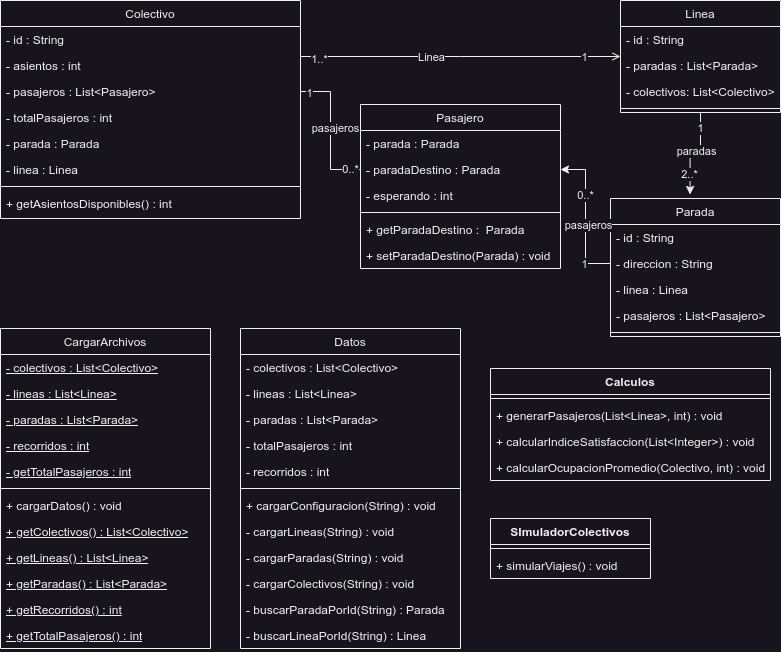
Before: Diagrama.png, a diagram exported from draw.io (macasteglione/trabajoIntegrador). Source tidied: cells renumbered, new cells last; positions are measured from the earlier drawing's top-left corner, leaving out a move shared by most shapes.
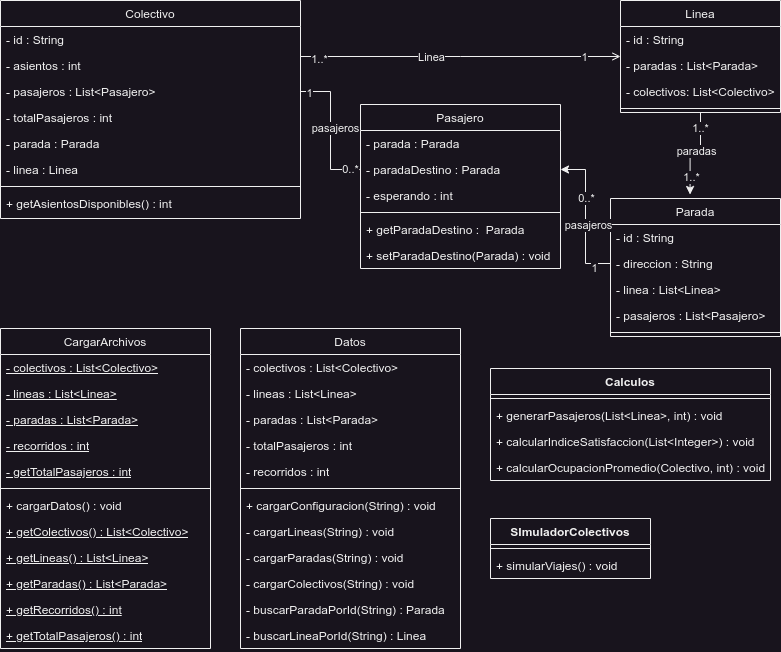
The same diagram one commit later.

Change to the diagram source:
```diff
@@ -32,19 +32,17 @@
     <mxCell id="11" style="edgeStyle=orthogonalEdgeStyle;rounded=0;jettySize=auto;html=1;exitX=0.5;exitY=1;exitDx=0;exitDy=0;entryX=0.468;entryY=-0.029;entryDx=0;entryDy=0;entryPerimeter=0;" parent="1" edge="1" source="15" target="26">
       <mxGeometry relative="1" as="geometry" />
     </mxCell>
-    <mxCell id="12" value="1" style="edgeLabel;html=1;align=center;verticalAlign=middle;" parent="11" vertex="1">
+    <mxCell id="12" value="1..*" style="edgeLabel;html=1;align=center;verticalAlign=middle;" parent="11" vertex="1">
       <mxGeometry x="-0.7" y="-1" relative="1" as="geometry">
         <mxPoint y="1" as="offset" />
       </mxGeometry>
     </mxCell>
-    <mxCell id="13" value="2..*" style="edgeLabel;html=1;align=center;verticalAlign=middle;" parent="11" vertex="1">
-      <mxGeometry x="0.58" y="-1" relative="1" as="geometry">
-        <mxPoint y="-1" as="offset" />
-      </mxGeometry>
-    </mxCell>
     <mxCell id="14" value="paradas" style="edgeLabel;html=1;align=center;verticalAlign=middle;" parent="11" vertex="1">
       <mxGeometry x="-0.17" y="-5" relative="1" as="geometry" />
     </mxCell>
+    <mxCell id="81" value="1..*" style="edgeLabel;html=1;align=center;verticalAlign=middle;" parent="11" vertex="1">
+      <mxGeometry x="0.63" y="1" relative="1" as="geometry" />
+    </mxCell>
     <mxCell id="15" value="Linea" style="swimlane;fontStyle=0;align=center;verticalAlign=top;horizontal=1;startSize=26;rounded=0;shadow=0;strokeWidth=1;" parent="1" vertex="1">
       <mxGeometry x="620" width="160" height="112" as="geometry" />
     </mxCell>
@@ -93,7 +91,7 @@
     <mxCell id="28" value="- direccion : String" style="text;strokeColor=none;fillColor=none;align=left;verticalAlign=top;spacingLeft=4;spacingRight=4;overflow=hidden;points=[[0,0.5],[1,0.5]];portConstraint=eastwest;whiteSpace=wrap;html=1;" parent="26" vertex="1">
       <mxGeometry y="52" width="170" height="26" as="geometry" />
     </mxCell>
-    <mxCell id="29" value="- linea : Linea" style="text;strokeColor=none;fillColor=none;align=left;verticalAlign=top;spacingLeft=4;spacingRight=4;overflow=hidden;whiteSpace=wrap;html=1;" parent="26" vertex="1">
+    <mxCell id="29" value="- linea : List&amp;lt;Linea&amp;gt;" style="text;strokeColor=none;fillColor=none;align=left;verticalAlign=top;spacingLeft=4;spacingRight=4;overflow=hidden;whiteSpace=wrap;html=1;" parent="26" vertex="1">
       <mxGeometry y="78" width="170" height="26" as="geometry" />
     </mxCell>
     <mxCell id="30" value="- pasajeros :&amp;nbsp;List&amp;lt;Pasajero&amp;gt;" style="text;strokeColor=none;fillColor=none;align=left;verticalAlign=top;spacingLeft=4;spacingRight=4;overflow=hidden;whiteSpace=wrap;html=1;" parent="26" vertex="1">
@@ -126,15 +124,15 @@
     <mxCell id="39" style="edgeStyle=orthogonalEdgeStyle;rounded=0;jettySize=auto;html=1;exitX=0;exitY=0.5;exitDx=0;exitDy=0;entryX=1;entryY=0.5;entryDx=0;entryDy=0;" parent="1" edge="1" source="28" target="34">
       <mxGeometry relative="1" as="geometry" />
     </mxCell>
+    <mxCell id="42" value="pasajeros" style="edgeLabel;html=1;align=center;verticalAlign=middle;" parent="39" vertex="1">
+      <mxGeometry x="-0.11" y="-2" relative="1" as="geometry" />
+    </mxCell>
+    <mxCell id="41" value="0..*" style="edgeLabel;html=1;align=center;verticalAlign=middle;" parent="39" vertex="1">
+      <mxGeometry x="0.26" relative="1" as="geometry" />
+    </mxCell>
     <mxCell id="40" value="1" style="edgeLabel;html=1;align=center;verticalAlign=middle;" parent="39" vertex="1">
-      <mxGeometry x="-0.65" y="2" relative="1" as="geometry" />
+      <mxGeometry x="-0.76" y="4" relative="1" as="geometry" />
     </mxCell>
-    <mxCell id="41" value="0..*" style="edgeLabel;html=1;align=center;verticalAlign=middle;" parent="39" vertex="1">
-      <mxGeometry x="0.31" y="1" relative="1" as="geometry" />
-    </mxCell>
-    <mxCell id="42" value="pasajeros" style="edgeLabel;html=1;align=center;verticalAlign=middle;" parent="39" vertex="1">
-      <mxGeometry x="-0.11" y="-2" relative="1" as="geometry" />
-    </mxCell>
     <mxCell id="43" style="edgeStyle=orthogonalEdgeStyle;rounded=0;jettySize=auto;html=1;exitX=1;exitY=0.5;exitDx=0;exitDy=0;entryX=0;entryY=0.5;entryDx=0;entryDy=0;" parent="1" edge="1" source="5" target="34">
       <mxGeometry relative="1" as="geometry" />
     </mxCell>
```
